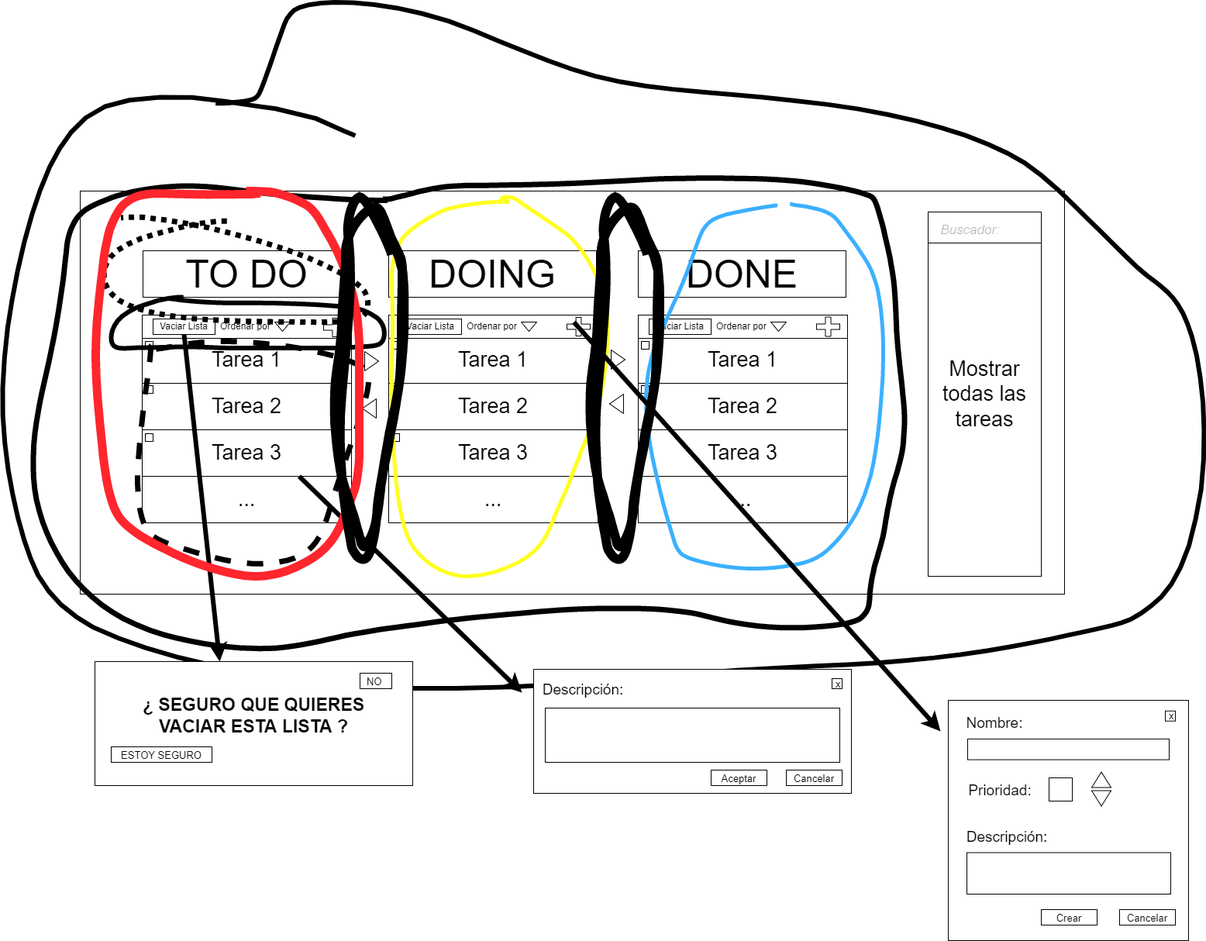
Above: imgs/MaquetacionDistribucionBloques.png in OsmanMehmed/todo-list-web-nativo (draw.io), before the change. Source tidied: cells renumbered, new cells last; positions are measured from the earlier drawing's top-left corner, leaving out a move shared by most shapes.
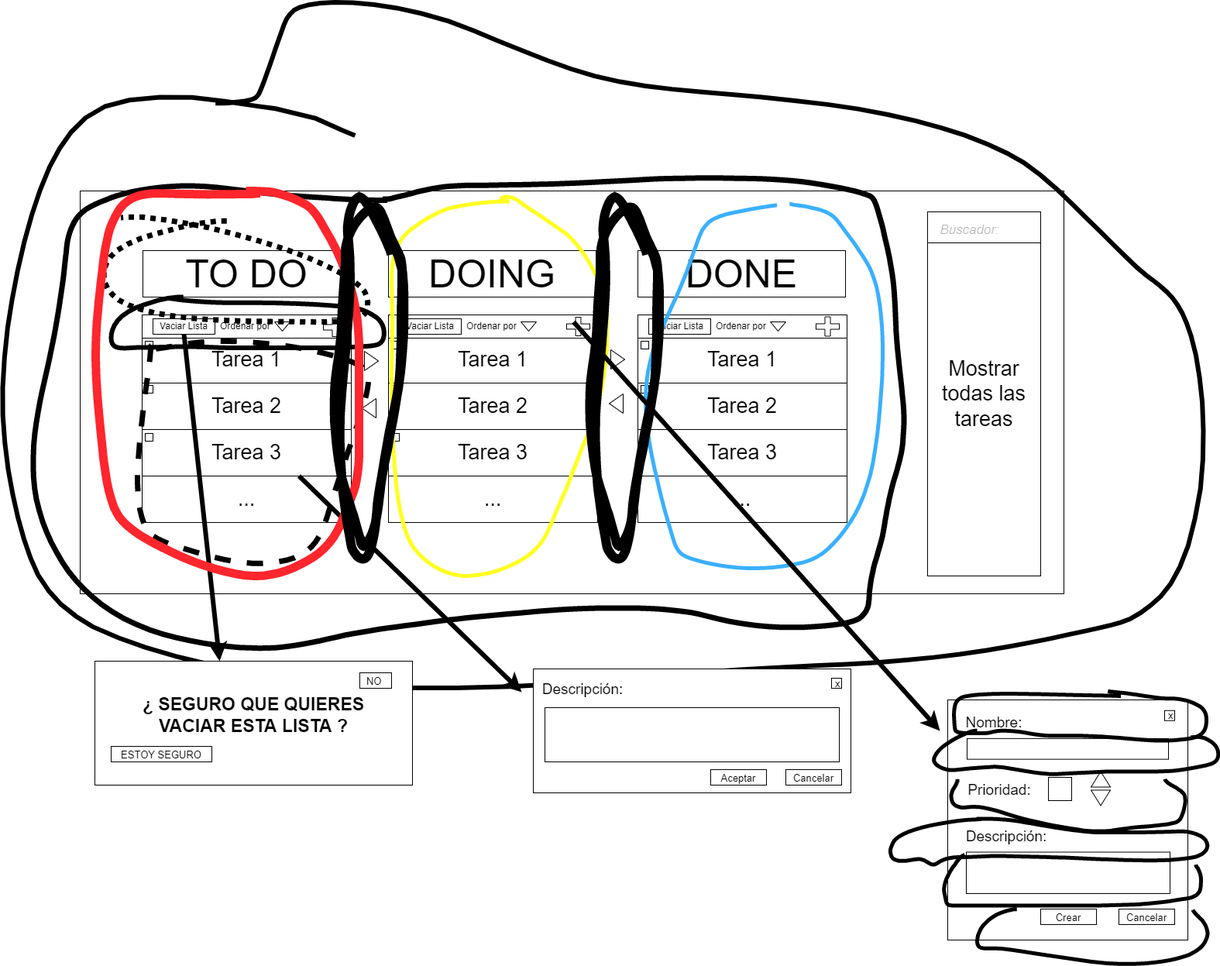
After the change.

Change to the diagram source:
```diff
@@ -243,5 +243,23 @@
     <mxCell id="79" style="triangle;whiteSpace=wrap;html=1;rotation=90;" parent="1" vertex="1">
       <mxGeometry x="1407.5" y="1014" width="20" height="25" as="geometry" />
     </mxCell>
+    <mxCell id="80" style="shape=(stored shape, 1520 characters);fillColor=none;strokeWidth=5;" parent="1" vertex="1">
+      <mxGeometry x="1228" y="888.6" width="326" height="64" as="geometry" />
+    </mxCell>
+    <mxCell id="81" style="shape=(stored shape, 1280 characters);fillColor=none;strokeWidth=5;" parent="1" vertex="1">
+      <mxGeometry x="1202.2" y="939.8" width="367.2" height="56" as="geometry" />
+    </mxCell>
+    <mxCell id="82" style="shape=(stored shape, 1324 characters);fillColor=none;strokeWidth=5;" parent="1" vertex="1">
+      <mxGeometry x="1224.4" y="1002.2" width="302.4" height="67.2" as="geometry" />
+    </mxCell>
+    <mxCell id="83" style="shape=(stored shape, 1704 characters);fillColor=none;strokeWidth=5;" parent="1" vertex="1">
+      <mxGeometry x="1146" y="1053.4" width="409.4" height="59.2" as="geometry" />
+    </mxCell>
+    <mxCell id="84" style="shape=(stored shape, 1092 characters);fillColor=none;strokeWidth=5;" parent="1" vertex="1">
+      <mxGeometry x="1215.2" y="1099.8" width="331.8" height="65.6" as="geometry" />
+    </mxCell>
+    <mxCell id="85" style="shape=(stored shape, 944 characters);fillColor=none;strokeWidth=5;" parent="1" vertex="1">
+      <mxGeometry x="1258" y="1170.2" width="297.4" height="70.6" as="geometry" />
+    </mxCell>
   </root>
 </mxGraphModel>
```
